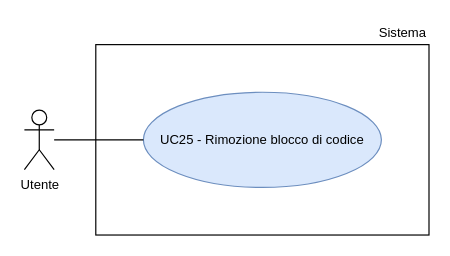
Before: RTB/doc_esterna/analisi-dei-requisiti/assets/draw.io/UC25.drawio in thebitless-group-swe/thebitless.github.io, a draw.io diagram. Source tidied: cells renumbered, new cells numbered last; positions are measured from the earlier drawing's top-left corner, leaving out a move shared by most shapes. Both pictures are drawn from the tidied source at 119%, with x=0, y=0 at pixel (24, 20).
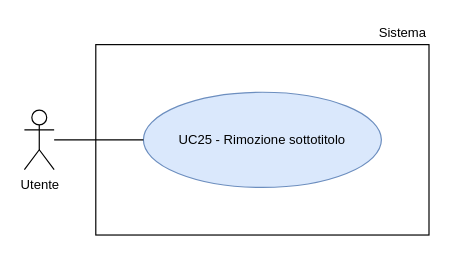
After the change.

What changed in the source:
```diff
@@
 <mxGraphModel>
   <root>
     <mxCell id="0" />
     <mxCell id="1" parent="0" />
     <mxCell id="2" value="Utente" style="shape=umlActor;verticalLabelPosition=bottom;verticalAlign=top;html=1;outlineConnect=0;fontSize=11;" parent="1" vertex="1">
       <mxGeometry y="75" width="25" height="50" as="geometry" />
     </mxCell>
     <mxCell id="3" style="rounded=0;whiteSpace=wrap;html=1;strokeWidth=1;" parent="1" vertex="1">
       <mxGeometry x="60" y="20" width="280" height="160" as="geometry" />
     </mxCell>
     <mxCell id="4" value="Sistema" style="text;html=1;whiteSpace=wrap;strokeColor=none;fillColor=none;align=right;verticalAlign=middle;fontSize=11;" parent="1" vertex="1">
       <mxGeometry x="270" width="70" height="20" as="geometry" />
     </mxCell>
-    <mxCell id="5" value="UC25 - Rimozione blocco di codice" style="ellipse;whiteSpace=wrap;html=1;fillColor=#dae8fc;strokeColor=#6c8ebf;fontSize=11;" parent="1" vertex="1">
+    <mxCell id="5" value="UC25 - Rimozione sottotitolo" style="ellipse;whiteSpace=wrap;html=1;fillColor=#dae8fc;strokeColor=#6c8ebf;fontSize=11;" parent="1" vertex="1">
       <mxGeometry x="100" y="60" width="200" height="80" as="geometry" />
     </mxCell>
     <mxCell id="6" style="edgeStyle=none;rounded=0;jettySize=auto;html=1;endArrow=none;endFill=0;" parent="1" edge="1" source="2" target="5">
       <mxGeometry relative="1" as="geometry" />
     </mxCell>
   </root>
 </mxGraphModel>
```
